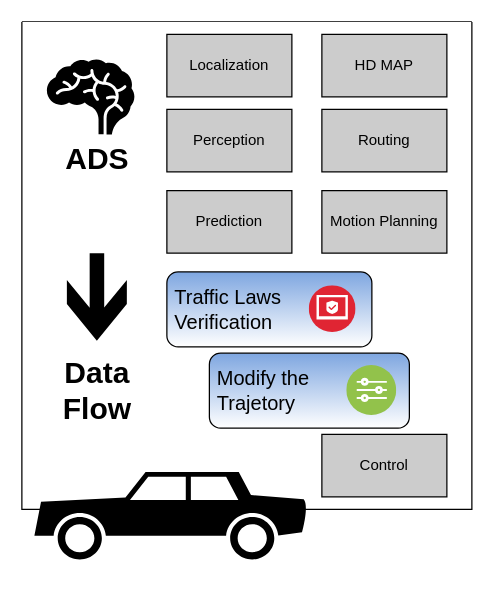
Above: Untitled Diagram.drawio in smallzjuer/sav-smu.github.io (draw.io), before the change. Source tidied: cells renumbered, new cells numbered last; positions are measured from the earlier drawing's top-left corner, leaving out a move shared by most shapes. Both pictures are drawn from the tidied source at 125%, with x=0, y=0 at pixel (21, 21).
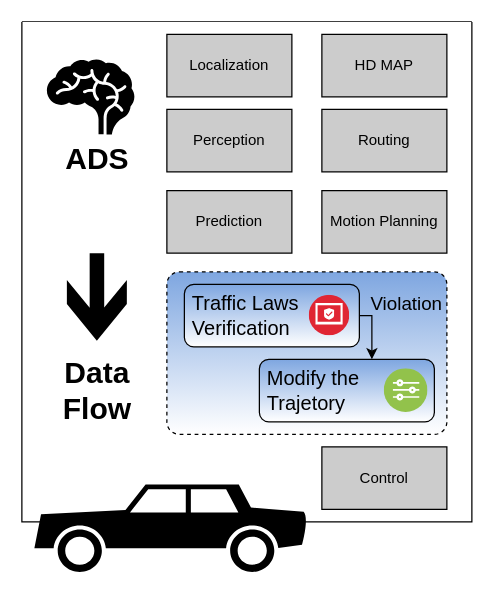
After the change.

Diff of the diagram source:
```diff
@@
     <mxCell id="2" style="swimlane;startSize=0;gradientColor=#ffffff;swimlaneFillColor=default;" parent="1" vertex="1">
-      <mxGeometry width="360" height="390" as="geometry" />
+      <mxGeometry width="360" height="400" as="geometry" />
     </mxCell>
@@
     <mxCell id="10" value="Control" style="rounded=0;whiteSpace=wrap;html=1;fillColor=#CCCCCC;" parent="2" vertex="1">
-      <mxGeometry x="240" y="330" width="100" height="50" as="geometry" />
+      <mxGeometry x="240" y="340" width="100" height="50" as="geometry" />
     </mxCell>
@@
+    <mxCell id="19" style="html=1;align=center;verticalAlign=top;rounded=1;absoluteArcSize=1;arcSize=20;dashed=1;fontSize=16;fillColor=#7EA6E0;gradientColor=#ffffff;" parent="2" vertex="1">
+      <mxGeometry x="116" y="200" width="224" height="130" as="geometry" />
+    </mxCell>
+    <mxCell id="20" style="edgeStyle=orthogonalEdgeStyle;rounded=0;jettySize=auto;html=1;exitX=1;exitY=0.5;exitDx=0;exitDy=0;entryX=0.643;entryY=0;entryDx=0;entryDy=0;fontSize=16;entryPerimeter=0;" parent="2" edge="1" source="14" target="15">
+      <mxGeometry relative="1" as="geometry" />
+    </mxCell>
     <mxCell id="14" value="&lt;div style=&quot;font-size: 16px&quot; align=&quot;left&quot;&gt;&lt;font style=&quot;font-size: 16px&quot;&gt;&amp;nbsp;Traffic Laws&lt;/font&gt;&lt;/div&gt;&lt;div style=&quot;font-size: 16px&quot; align=&quot;left&quot;&gt;&lt;font style=&quot;font-size: 16px&quot;&gt;&amp;nbsp;Verification&lt;/font&gt;&lt;/div&gt;" style="rounded=1;whiteSpace=wrap;html=1;gradientColor=#ffffff;align=left;fillColor=#7EA6E0;" parent="2" vertex="1">
-      <mxGeometry x="116" y="200" width="164" height="60" as="geometry" />
+      <mxGeometry x="130" y="210" width="140" height="50" as="geometry" />
     </mxCell>
     <mxCell id="15" value="&lt;div style=&quot;font-size: 16px&quot;&gt;&lt;font style=&quot;font-size: 16px&quot;&gt;&amp;nbsp;Modify the &lt;br&gt;&lt;/font&gt;&lt;/div&gt;&lt;div style=&quot;font-size: 16px&quot;&gt;&lt;font style=&quot;font-size: 16px&quot;&gt;&amp;nbsp;Trajetory&lt;/font&gt;&lt;/div&gt;" style="rounded=1;whiteSpace=wrap;html=1;gradientColor=#ffffff;align=left;fillColor=#7EA6E0;" parent="2" vertex="1">
-      <mxGeometry x="150" y="265" width="160" height="60" as="geometry" />
+      <mxGeometry x="190" y="270" width="140" height="50" as="geometry" />
     </mxCell>
     <mxCell id="16" style="perimeter=ellipsePerimeter;html=1;align=center;shadow=0;dashed=0;fontColor=#4277BB;labelBackgroundColor=#ffffff;fontSize=12;spacingTop=3;image;image=img/lib/ibm/security/trustend_computing.svg;gradientColor=#ffffff;" parent="2" vertex="1">
-      <mxGeometry x="230" y="211.2" width="37.5" height="37.5" as="geometry" />
+      <mxGeometry x="230" y="218.8" width="32.5" height="32.5" as="geometry" />
     </mxCell>
     <mxCell id="17" style="perimeter=ellipsePerimeter;html=1;align=center;shadow=0;dashed=0;fontColor=#4277BB;labelBackgroundColor=#ffffff;fontSize=12;spacingTop=3;image;image=img/lib/ibm/vpc/Rules.svg;gradientColor=#ffffff;" parent="2" vertex="1">
-      <mxGeometry x="260" y="275" width="40" height="40" as="geometry" />
+      <mxGeometry x="290" y="277.5" width="35" height="35" as="geometry" />
     </mxCell>
+    <mxCell id="21" value="&lt;font style=&quot;font-size: 15px&quot;&gt;Violation&lt;/font&gt;" style="text;html=1;strokeColor=none;fillColor=none;align=center;verticalAlign=middle;whiteSpace=wrap;rounded=0;fontSize=16;rotation=0;" parent="2" vertex="1">
+      <mxGeometry x="277.5" y="210" width="60" height="30" as="geometry" />
+    </mxCell>
     <mxCell id="18" style="shape=mxgraph.signs.transportation.car_2;html=1;fillColor=#000000;strokeColor=none;verticalLabelPosition=bottom;verticalAlign=top;align=center;sketch=0;" parent="1" vertex="1">
-      <mxGeometry x="10" y="360" width="220" height="70" as="geometry" />
+      <mxGeometry x="10" y="370" width="220" height="70" as="geometry" />
     </mxCell>
```
